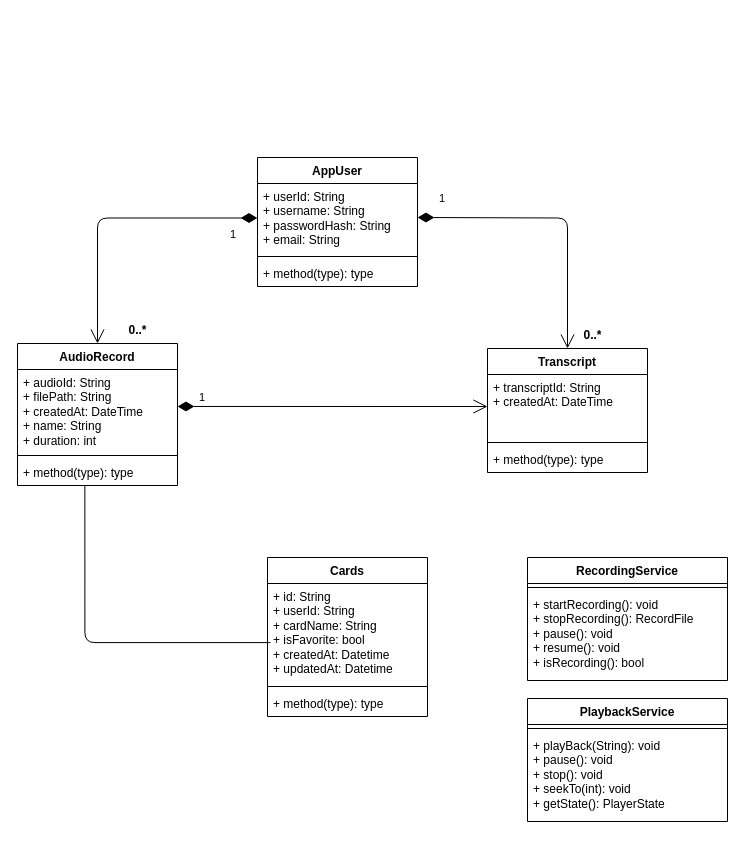
Above: page "Page-1" (1 of 3) of UML.drawio in Sophavisnuka/Smean-Mobile-App (draw.io), before the change. Source tidied: cells renumbered, new cells numbered last; positions are measured from the earlier drawing's top-left corner, leaving out a move shared by most shapes. Both pictures are drawn from the tidied source at 100%, with x=0, y=0 at pixel (17, 157).
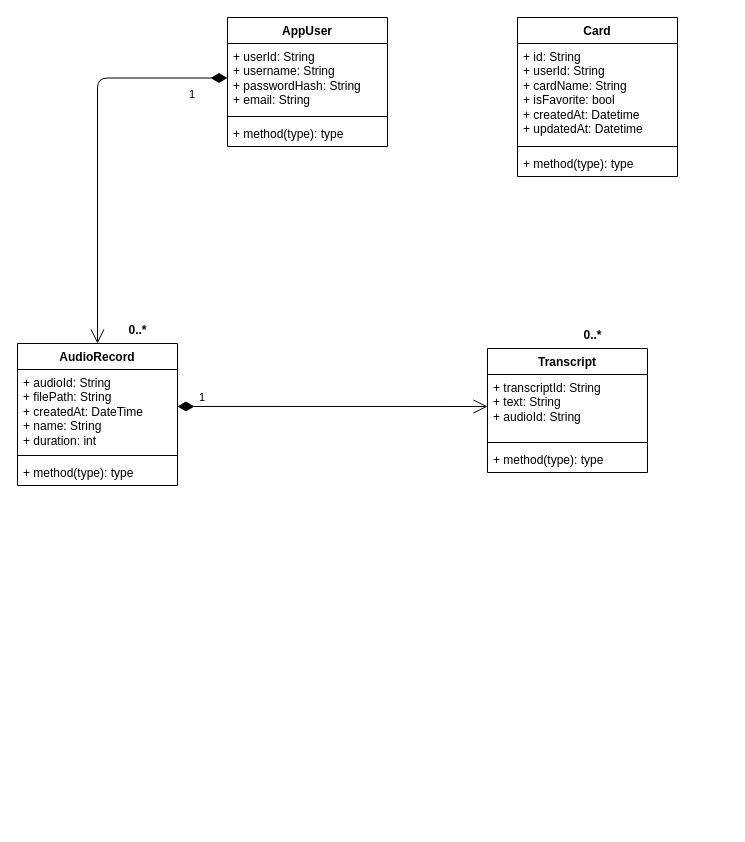
The same page after the edit.

Unchanged cells that the change refers to:
```xml
<mxCell id="5" value="+ method(type): type" style="text;strokeColor=none;fillColor=none;align=left;verticalAlign=top;spacingLeft=4;spacingRight=4;overflow=hidden;points=[[0,0.5],[1,0.5]];portConstraint=eastwest;whiteSpace=wrap;html=1;" parent="2" vertex="1">
  <mxGeometry y="116" width="160" height="26" as="geometry" />
</mxCell>
<mxCell id="12" value="Transcript" style="swimlane;fontStyle=1;align=center;verticalAlign=top;horizontal=1;startSize=26;whiteSpace=wrap;html=1;" parent="1" vertex="1">
  <mxGeometry x="470" y="191" width="160" height="124" as="geometry" />
</mxCell>
<mxCell id="17" value="+ id: String&lt;div&gt;+ userId: String&lt;/div&gt;&lt;div&gt;+ cardName: String&lt;/div&gt;&lt;div&gt;+ isFavorite: bool&lt;/div&gt;&lt;div&gt;+ createdAt: Datetime&lt;/div&gt;&lt;div&gt;+ updatedAt: Datetime&lt;/div&gt;" style="text;strokeColor=none;fillColor=none;align=left;verticalAlign=top;spacingLeft=4;spacingRight=4;overflow=hidden;points=[[0,0.5],[1,0.5]];portConstraint=eastwest;whiteSpace=wrap;html=1;" parent="16" vertex="1">
  <mxGeometry y="26" width="160" height="99" as="geometry" />
</mxCell>
```

Change to the diagram source:
```diff
@@
     <mxCell id="6" value="AppUser" style="swimlane;fontStyle=1;align=center;verticalAlign=top;horizontal=1;startSize=26;whiteSpace=wrap;html=1;" parent="1" vertex="1">
-      <mxGeometry x="240" width="160" height="129" as="geometry" />
+      <mxGeometry x="210" y="-140" width="160" height="129" as="geometry" />
     </mxCell>
@@
-    <mxCell id="13" value="+ transcriptId: String&lt;div&gt;+ createdAt: DateTime&lt;/div&gt;" style="text;strokeColor=none;fillColor=none;align=left;verticalAlign=top;spacingLeft=4;spacingRight=4;overflow=hidden;points=[[0,0.5],[1,0.5]];portConstraint=eastwest;whiteSpace=wrap;html=1;" parent="12" vertex="1">
+    <mxCell id="13" value="+ transcriptId: String&lt;div&gt;+ text: String&lt;/div&gt;&lt;div&gt;+ audioId: String&lt;/div&gt;" style="text;strokeColor=none;fillColor=none;align=left;verticalAlign=top;spacingLeft=4;spacingRight=4;overflow=hidden;points=[[0,0.5],[1,0.5]];portConstraint=eastwest;whiteSpace=wrap;html=1;" parent="12" vertex="1">
       <mxGeometry y="26" width="160" height="64" as="geometry" />
     </mxCell>
@@
-    <mxCell id="16" value="Cards" style="swimlane;fontStyle=1;align=center;verticalAlign=top;horizontal=1;startSize=26;whiteSpace=wrap;html=1;" parent="1" vertex="1">
-      <mxGeometry x="250" y="400" width="160" height="159" as="geometry" />
+    <mxCell id="16" value="Card" style="swimlane;fontStyle=1;align=center;verticalAlign=top;horizontal=1;startSize=26;whiteSpace=wrap;html=1;" parent="1" vertex="1">
+      <mxGeometry x="500" y="-140" width="160" height="159" as="geometry" />
     </mxCell>
@@
-    <mxCell id="20" value="1" style="endArrow=open;html=1;endSize=12;startArrow=diamondThin;startSize=14;startFill=1;edgeStyle=orthogonalEdgeStyle;align=left;verticalAlign=bottom;entryX=0.5;entryY=0;entryDx=0;entryDy=0;" parent="1" edge="1" target="12">
-      <mxGeometry x="-0.86" y="10" relative="1" as="geometry">
-        <mxPoint x="400" y="60" as="sourcePoint" />
-      </mxGeometry>
-    </mxCell>
@@
-    <mxCell id="23" style="endArrow=none;html=1;edgeStyle=orthogonalEdgeStyle;exitX=0.421;exitY=0.985;exitDx=0;exitDy=0;exitPerimeter=0;entryX=0.018;entryY=0.597;entryDx=0;entryDy=0;entryPerimeter=0;" parent="1" edge="1" source="5" target="17">
-      <mxGeometry relative="1" as="geometry" />
-    </mxCell>
-    <mxCell id="24" value="RecordingService" style="swimlane;fontStyle=1;align=center;verticalAlign=top;horizontal=1;startSize=26;whiteSpace=wrap;html=1;" parent="1" vertex="1">
-      <mxGeometry x="510" y="400" width="200" height="123" as="geometry" />
-    </mxCell>
-    <mxCell id="25" style="line;strokeWidth=1;fillColor=none;align=left;verticalAlign=middle;spacingTop=-1;spacingLeft=3;spacingRight=3;labelPosition=right;strokeColor=inherit;" parent="24" vertex="1">
-      <mxGeometry y="26" width="200" height="8" as="geometry" />
-    </mxCell>
-    <mxCell id="26" value="&lt;font style=&quot;color: rgb(0, 0, 0);&quot;&gt;+ startRecording(): void&lt;/font&gt;&lt;div&gt;&lt;font style=&quot;color: rgb(0, 0, 0);&quot;&gt;+ stopRecording(): RecordFile&lt;/font&gt;&lt;/div&gt;&lt;div&gt;&lt;font style=&quot;color: rgb(0, 0, 0);&quot;&gt;+ pause(): void&lt;/font&gt;&lt;/div&gt;&lt;div&gt;&lt;font style=&quot;color: rgb(0, 0, 0);&quot;&gt;+ resume(): void&lt;/font&gt;&lt;/div&gt;&lt;div&gt;&lt;font style=&quot;color: rgb(0, 0, 0);&quot;&gt;+ isRecording(): bool&lt;/font&gt;&lt;/div&gt;" style="text;strokeColor=none;fillColor=none;align=left;verticalAlign=top;spacingLeft=4;spacingRight=4;overflow=hidden;whiteSpace=wrap;html=1;" parent="24" vertex="1">
-      <mxGeometry y="34" width="200" height="89" as="geometry" />
-    </mxCell>
-    <mxCell id="27" value="PlaybackService" style="swimlane;fontStyle=1;align=center;verticalAlign=top;horizontal=1;startSize=26;whiteSpace=wrap;html=1;" parent="1" vertex="1">
-      <mxGeometry x="510" y="541" width="200" height="123" as="geometry" />
-    </mxCell>
-    <mxCell id="28" style="line;strokeWidth=1;fillColor=none;align=left;verticalAlign=middle;spacingTop=-1;spacingLeft=3;spacingRight=3;labelPosition=right;strokeColor=inherit;" parent="27" vertex="1">
-      <mxGeometry y="26" width="200" height="8" as="geometry" />
-    </mxCell>
-    <mxCell id="29" value="&lt;font style=&quot;color: rgb(0, 0, 0);&quot;&gt;+ playBack(String): void&lt;/font&gt;&lt;div&gt;&lt;font style=&quot;color: rgb(0, 0, 0);&quot;&gt;+ pause(): void&lt;/font&gt;&lt;/div&gt;&lt;div&gt;&lt;font style=&quot;color: rgb(0, 0, 0);&quot;&gt;+ stop(): void&lt;/font&gt;&lt;/div&gt;&lt;div&gt;&lt;font style=&quot;color: rgb(0, 0, 0);&quot;&gt;+ seekTo(int): void&lt;/font&gt;&lt;/div&gt;&lt;div&gt;&lt;font style=&quot;color: rgb(0, 0, 0);&quot;&gt;+ getState(): PlayerState&lt;/font&gt;&lt;/div&gt;" style="text;strokeColor=none;fillColor=none;align=left;verticalAlign=top;spacingLeft=4;spacingRight=4;overflow=hidden;whiteSpace=wrap;html=1;" parent="27" vertex="1">
-      <mxGeometry y="34" width="200" height="89" as="geometry" />
-    </mxCell>
```
